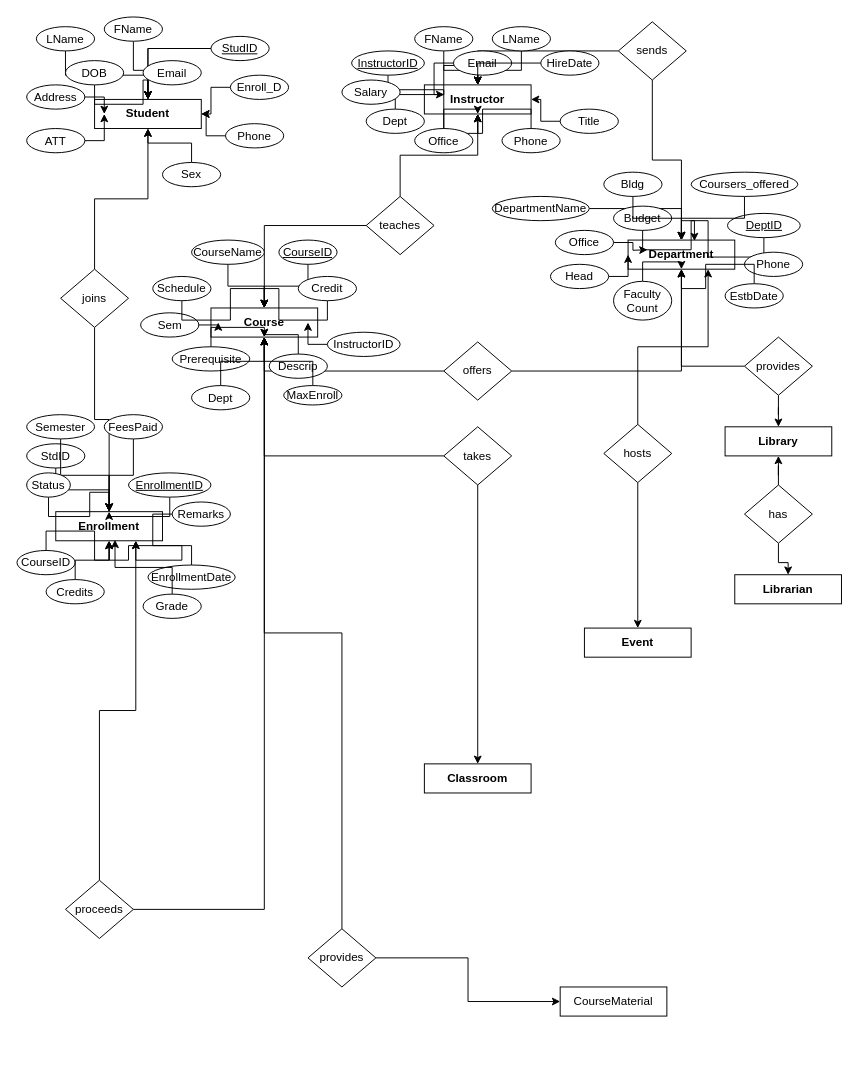
This is Untitled Diagram.drawio from sho6000/testin-CRST, a draw.io file, before an edit. Source tidied: cells renumbered, new cells numbered last; positions are measured from the earlier drawing's top-left corner, leaving out a move shared by most shapes. Both pictures are drawn from the tidied source at 97%, with x=0, y=0 at pixel (16, 16).
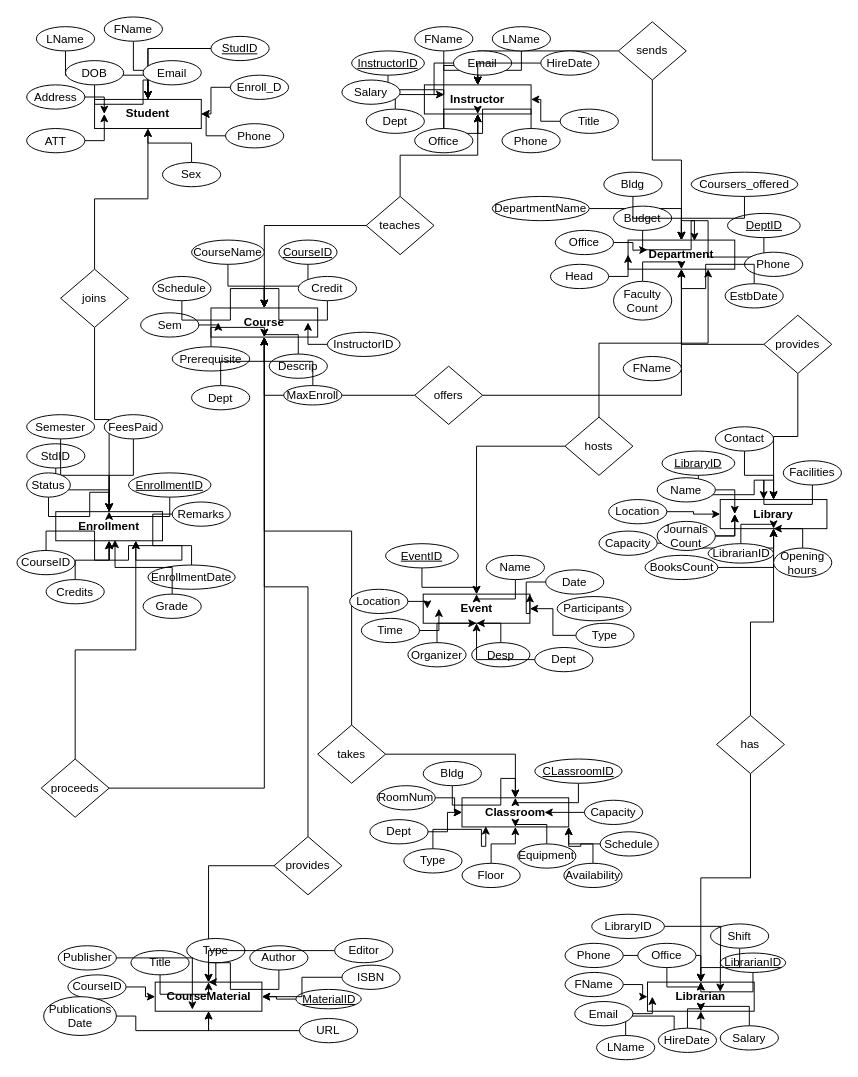
After the change.

Change to the diagram source:
```diff
@@
     <mxCell id="3" value="&lt;b&gt;Event&lt;/b&gt;" style="rounded=0;whiteSpace=wrap;html=1;" parent="1" vertex="1">
-      <mxGeometry x="585" y="630" width="110" height="30" as="geometry" />
+      <mxGeometry x="418.8" y="595" width="110" height="30" as="geometry" />
     </mxCell>
-    <mxCell id="4" value="CourseMaterial" style="rounded=0;whiteSpace=wrap;html=1;" parent="1" vertex="1">
-      <mxGeometry x="560" y="1000" width="110" height="30" as="geometry" />
+    <mxCell id="4" value="&lt;b&gt;CourseMaterial&lt;/b&gt;" style="rounded=0;whiteSpace=wrap;html=1;" parent="1" vertex="1">
+      <mxGeometry x="142.5" y="995" width="110" height="30" as="geometry" />
     </mxCell>
     <mxCell id="5" value="&lt;b&gt;Librarian&lt;/b&gt;" style="rounded=0;whiteSpace=wrap;html=1;" parent="1" vertex="1">
-      <mxGeometry x="740" y="575" width="110" height="30" as="geometry" />
+      <mxGeometry x="650" y="995" width="110" height="30" as="geometry" />
     </mxCell>
     <mxCell id="6" value="&lt;b&gt;Library&lt;/b&gt;" style="rounded=0;whiteSpace=wrap;html=1;" parent="1" vertex="1">
-      <mxGeometry x="730" y="422.5" width="110" height="30" as="geometry" />
+      <mxGeometry x="725" y="497.5" width="110" height="30" as="geometry" />
     </mxCell>
     <mxCell id="7" value="&lt;b&gt;Classroom&lt;/b&gt;" style="rounded=0;whiteSpace=wrap;html=1;" parent="1" vertex="1">
-      <mxGeometry x="420" y="770" width="110" height="30" as="geometry" />
+      <mxGeometry x="458.8" y="805" width="110" height="30" as="geometry" />
     </mxCell>
@@
     <mxCell id="17" value="proceeds" style="rhombus;whiteSpace=wrap;html=1;" parent="1" vertex="1">
-      <mxGeometry x="50" y="890" width="70" height="60" as="geometry" />
+      <mxGeometry x="25" y="765" width="70" height="60" as="geometry" />
     </mxCell>
@@
     <mxCell id="26" value="offers" style="rhombus;whiteSpace=wrap;html=1;" parent="1" vertex="1">
-      <mxGeometry x="440" y="335" width="70" height="60" as="geometry" />
+      <mxGeometry x="410" y="360" width="70" height="60" as="geometry" />
     </mxCell>
@@
     <mxCell id="29" value="takes" style="rhombus;whiteSpace=wrap;html=1;" parent="1" vertex="1">
-      <mxGeometry x="440" y="422.5" width="70" height="60" as="geometry" />
+      <mxGeometry x="310" y="730" width="70" height="60" as="geometry" />
     </mxCell>
@@
     <mxCell id="32" value="hosts" style="rhombus;whiteSpace=wrap;html=1;" parent="1" vertex="1">
-      <mxGeometry x="605" y="420" width="70" height="60" as="geometry" />
+      <mxGeometry x="565" y="412.5" width="70" height="60" as="geometry" />
     </mxCell>
@@
     <mxCell id="35" value="provides" style="rhombus;whiteSpace=wrap;html=1;" parent="1" vertex="1">
-      <mxGeometry x="750" y="330" width="70" height="60" as="geometry" />
+      <mxGeometry x="770" y="307.5" width="70" height="60" as="geometry" />
     </mxCell>
@@
     <mxCell id="38" value="has" style="rhombus;whiteSpace=wrap;html=1;" parent="1" vertex="1">
-      <mxGeometry x="750" y="482.5" width="70" height="60" as="geometry" />
+      <mxGeometry x="721.2" y="720" width="70" height="60" as="geometry" />
     </mxCell>
@@
     <mxCell id="41" value="provides" style="rhombus;whiteSpace=wrap;html=1;" parent="1" vertex="1">
-      <mxGeometry x="300" y="940" width="70" height="60" as="geometry" />
+      <mxGeometry x="265" y="845" width="70" height="60" as="geometry" />
     </mxCell>
@@
+    <mxCell id="140" style="edgeStyle=orthogonalEdgeStyle;rounded=0;jettySize=auto;html=1;" parent="1" edge="1" source="141" target="6">
+      <mxGeometry relative="1" as="geometry" />
+    </mxCell>
+    <mxCell id="141" value="&lt;u&gt;LibraryID&lt;/u&gt;" style="ellipse;whiteSpace=wrap;html=1;" parent="1" vertex="1">
+      <mxGeometry x="665" y="447.5" width="75" height="25" as="geometry" />
+    </mxCell>
+    <mxCell id="142" style="edgeStyle=orthogonalEdgeStyle;rounded=0;jettySize=auto;html=1;" parent="1" edge="1" source="143" target="6">
+      <mxGeometry relative="1" as="geometry" />
+    </mxCell>
+    <mxCell id="143" value="Name" style="ellipse;whiteSpace=wrap;html=1;" parent="1" vertex="1">
+      <mxGeometry x="660" y="475" width="60" height="25" as="geometry" />
+    </mxCell>
+    <mxCell id="144" style="edgeStyle=orthogonalEdgeStyle;rounded=0;jettySize=auto;html=1;" parent="1" edge="1" source="145" target="6">
+      <mxGeometry relative="1" as="geometry" />
+    </mxCell>
+    <mxCell id="145" value="Location" style="ellipse;whiteSpace=wrap;html=1;" parent="1" vertex="1">
+      <mxGeometry x="610" y="497.5" width="60" height="25" as="geometry" />
+    </mxCell>
+    <mxCell id="146" style="edgeStyle=orthogonalEdgeStyle;rounded=0;jettySize=auto;html=1;" parent="1" edge="1" source="147" target="6">
+      <mxGeometry relative="1" as="geometry" />
+    </mxCell>
+    <mxCell id="147" value="Capacity" style="ellipse;whiteSpace=wrap;html=1;" parent="1" vertex="1">
+      <mxGeometry x="600" y="530" width="60" height="25" as="geometry" />
+    </mxCell>
+    <mxCell id="148" style="edgeStyle=orthogonalEdgeStyle;rounded=0;jettySize=auto;html=1;" parent="1" edge="1" source="149" target="6">
+      <mxGeometry relative="1" as="geometry" />
+    </mxCell>
+    <mxCell id="149" value="BooksCount" style="ellipse;whiteSpace=wrap;html=1;" parent="1" vertex="1">
+      <mxGeometry x="647.5" y="555" width="75" height="25" as="geometry" />
+    </mxCell>
+    <mxCell id="150" style="edgeStyle=orthogonalEdgeStyle;rounded=0;jettySize=auto;html=1;" parent="1" edge="1" source="152" target="6">
+      <mxGeometry relative="1" as="geometry" />
+    </mxCell>
+    <mxCell id="151" style="edgeStyle=orthogonalEdgeStyle;rounded=0;jettySize=auto;html=1;" parent="1" edge="1" source="152" target="6">
+      <mxGeometry relative="1" as="geometry" />
+    </mxCell>
+    <mxCell id="152" value="Journals&lt;div&gt;Count&lt;/div&gt;" style="ellipse;whiteSpace=wrap;html=1;" parent="1" vertex="1">
+      <mxGeometry x="660" y="520" width="60" height="30" as="geometry" />
+    </mxCell>
+    <mxCell id="153" style="edgeStyle=orthogonalEdgeStyle;rounded=0;jettySize=auto;html=1;" parent="1" edge="1" source="154" target="6">
+      <mxGeometry relative="1" as="geometry" />
+    </mxCell>
+    <mxCell id="154" value="LibrarianID" style="ellipse;whiteSpace=wrap;html=1;" parent="1" vertex="1">
+      <mxGeometry x="712.5" y="543" width="67.5" height="20" as="geometry" />
+    </mxCell>
+    <mxCell id="155" style="edgeStyle=orthogonalEdgeStyle;rounded=0;jettySize=auto;html=1;" parent="1" edge="1" source="156" target="6">
+      <mxGeometry relative="1" as="geometry" />
+    </mxCell>
+    <mxCell id="156" value="Opening&lt;br&gt;hours" style="ellipse;whiteSpace=wrap;html=1;" parent="1" vertex="1">
+      <mxGeometry x="780" y="547.5" width="60" height="30" as="geometry" />
+    </mxCell>
+    <mxCell id="157" style="edgeStyle=orthogonalEdgeStyle;rounded=0;jettySize=auto;html=1;" parent="1" edge="1" source="158" target="6">
+      <mxGeometry relative="1" as="geometry" />
+    </mxCell>
+    <mxCell id="158" value="Contact" style="ellipse;whiteSpace=wrap;html=1;" parent="1" vertex="1">
+      <mxGeometry x="720" y="422.5" width="60" height="25" as="geometry" />
+    </mxCell>
+    <mxCell id="159" value="Facilities" style="ellipse;whiteSpace=wrap;html=1;" parent="1" vertex="1">
+      <mxGeometry x="790" y="457.5" width="60" height="25" as="geometry" />
+    </mxCell>
+    <mxCell id="160" style="edgeStyle=orthogonalEdgeStyle;rounded=0;jettySize=auto;html=1;entryX=0.406;entryY=-0.006;entryDx=0;entryDy=0;entryPerimeter=0;" parent="1" edge="1" source="159" target="6">
+      <mxGeometry relative="1" as="geometry" />
+    </mxCell>
+    <mxCell id="161" style="edgeStyle=orthogonalEdgeStyle;rounded=0;jettySize=auto;html=1;" parent="1" edge="1" source="162" target="5">
+      <mxGeometry relative="1" as="geometry" />
+    </mxCell>
+    <mxCell id="162" value="&lt;u&gt;LibrarianID&lt;/u&gt;" style="ellipse;whiteSpace=wrap;html=1;" parent="1" vertex="1">
+      <mxGeometry x="725" y="965" width="67.5" height="20" as="geometry" />
+    </mxCell>
+    <mxCell id="163" value="FName" style="ellipse;whiteSpace=wrap;html=1;" parent="1" vertex="1">
+      <mxGeometry x="625" y="350" width="60" height="25" as="geometry" />
+    </mxCell>
+    <mxCell id="164" style="edgeStyle=orthogonalEdgeStyle;rounded=0;jettySize=auto;html=1;" parent="1" edge="1" source="165" target="5">
+      <mxGeometry relative="1" as="geometry" />
+    </mxCell>
+    <mxCell id="165" value="FName" style="ellipse;whiteSpace=wrap;html=1;" parent="1" vertex="1">
+      <mxGeometry x="565" y="985" width="60" height="25" as="geometry" />
+    </mxCell>
+    <mxCell id="166" style="edgeStyle=orthogonalEdgeStyle;rounded=0;jettySize=auto;html=1;" parent="1" edge="1" source="167" target="5">
+      <mxGeometry relative="1" as="geometry" />
+    </mxCell>
+    <mxCell id="167" value="LName" style="ellipse;whiteSpace=wrap;html=1;" parent="1" vertex="1">
+      <mxGeometry x="597.5" y="1050" width="60" height="25" as="geometry" />
+    </mxCell>
+    <mxCell id="168" style="edgeStyle=orthogonalEdgeStyle;rounded=0;jettySize=auto;html=1;" parent="1" edge="1" source="169" target="5">
+      <mxGeometry relative="1" as="geometry" />
+    </mxCell>
+    <mxCell id="169" value="Email" style="ellipse;whiteSpace=wrap;html=1;" parent="1" vertex="1">
+      <mxGeometry x="575" y="1015" width="60" height="25" as="geometry" />
+    </mxCell>
+    <mxCell id="170" style="edgeStyle=orthogonalEdgeStyle;rounded=0;jettySize=auto;html=1;" parent="1" edge="1" source="171" target="5">
+      <mxGeometry relative="1" as="geometry" />
+    </mxCell>
+    <mxCell id="171" value="Phone" style="ellipse;whiteSpace=wrap;html=1;" parent="1" vertex="1">
+      <mxGeometry x="565" y="955" width="60" height="25" as="geometry" />
+    </mxCell>
+    <mxCell id="172" style="edgeStyle=orthogonalEdgeStyle;rounded=0;jettySize=auto;html=1;" parent="1" edge="1" source="173" target="5">
+      <mxGeometry relative="1" as="geometry" />
+    </mxCell>
+    <mxCell id="173" value="Salary" style="ellipse;whiteSpace=wrap;html=1;" parent="1" vertex="1">
+      <mxGeometry x="725" y="1040" width="60" height="25" as="geometry" />
+    </mxCell>
+    <mxCell id="174" style="edgeStyle=orthogonalEdgeStyle;rounded=0;jettySize=auto;html=1;" parent="1" edge="1" source="175" target="5">
+      <mxGeometry relative="1" as="geometry" />
+    </mxCell>
+    <mxCell id="175" value="HireDate" style="ellipse;whiteSpace=wrap;html=1;" parent="1" vertex="1">
+      <mxGeometry x="661.2" y="1042.5" width="60" height="25" as="geometry" />
+    </mxCell>
+    <mxCell id="176" style="edgeStyle=orthogonalEdgeStyle;rounded=0;jettySize=auto;html=1;" parent="1" edge="1" source="177" target="5">
+      <mxGeometry relative="1" as="geometry" />
+    </mxCell>
+    <mxCell id="177" value="Shift" style="ellipse;whiteSpace=wrap;html=1;" parent="1" vertex="1">
+      <mxGeometry x="715" y="935" width="60" height="25" as="geometry" />
+    </mxCell>
+    <mxCell id="178" style="edgeStyle=orthogonalEdgeStyle;rounded=0;jettySize=auto;html=1;" parent="1" edge="1" source="179">
+      <mxGeometry relative="1" as="geometry">
+        <mxPoint x="725" y="1005" as="targetPoint" />
+      </mxGeometry>
+    </mxCell>
+    <mxCell id="179" value="LibraryID" style="ellipse;whiteSpace=wrap;html=1;" parent="1" vertex="1">
+      <mxGeometry x="592.5" y="925" width="75" height="25" as="geometry" />
+    </mxCell>
+    <mxCell id="180" style="edgeStyle=orthogonalEdgeStyle;rounded=0;jettySize=auto;html=1;" parent="1" edge="1" source="181" target="5">
+      <mxGeometry relative="1" as="geometry" />
+    </mxCell>
+    <mxCell id="181" value="Office" style="ellipse;whiteSpace=wrap;html=1;" parent="1" vertex="1">
+      <mxGeometry x="640" y="955" width="60" height="25" as="geometry" />
+    </mxCell>
+    <mxCell id="182" style="edgeStyle=orthogonalEdgeStyle;rounded=0;jettySize=auto;html=1;" parent="1" edge="1" source="183" target="4">
+      <mxGeometry relative="1" as="geometry" />
+    </mxCell>
+    <mxCell id="183" value="&lt;u&gt;MaterialID&lt;/u&gt;" style="ellipse;whiteSpace=wrap;html=1;" parent="1" vertex="1">
+      <mxGeometry x="287.5" y="1002.5" width="67.5" height="20" as="geometry" />
+    </mxCell>
+    <mxCell id="184" style="edgeStyle=orthogonalEdgeStyle;rounded=0;jettySize=auto;html=1;" parent="1" edge="1" source="185" target="4">
+      <mxGeometry relative="1" as="geometry" />
+    </mxCell>
+    <mxCell id="185" value="CourseID" style="ellipse;whiteSpace=wrap;html=1;" parent="1" vertex="1">
+      <mxGeometry x="52.5" y="987.5" width="60" height="25" as="geometry" />
+    </mxCell>
+    <mxCell id="186" style="edgeStyle=orthogonalEdgeStyle;rounded=0;jettySize=auto;html=1;" parent="1" edge="1" source="187" target="4">
+      <mxGeometry relative="1" as="geometry" />
+    </mxCell>
+    <mxCell id="187" value="Title" style="ellipse;whiteSpace=wrap;html=1;" parent="1" vertex="1">
+      <mxGeometry x="117.5" y="962.5" width="60" height="25" as="geometry" />
+    </mxCell>
+    <mxCell id="188" style="edgeStyle=orthogonalEdgeStyle;rounded=0;jettySize=auto;html=1;" parent="1" edge="1" source="189" target="4">
+      <mxGeometry relative="1" as="geometry" />
+    </mxCell>
+    <mxCell id="189" value="Type" style="ellipse;whiteSpace=wrap;html=1;" parent="1" vertex="1">
+      <mxGeometry x="175" y="950" width="60" height="25" as="geometry" />
+    </mxCell>
+    <mxCell id="190" style="edgeStyle=orthogonalEdgeStyle;rounded=0;jettySize=auto;html=1;" parent="1" edge="1" source="191" target="4">
+      <mxGeometry relative="1" as="geometry" />
+    </mxCell>
+    <mxCell id="191" value="Author" style="ellipse;whiteSpace=wrap;html=1;" parent="1" vertex="1">
+      <mxGeometry x="240" y="957.5" width="60" height="25" as="geometry" />
+    </mxCell>
+    <mxCell id="192" style="edgeStyle=orthogonalEdgeStyle;rounded=0;jettySize=auto;html=1;entryX=0.5;entryY=1;entryDx=0;entryDy=0;" parent="1" edge="1" source="193" target="4">
+      <mxGeometry relative="1" as="geometry" />
+    </mxCell>
+    <mxCell id="193" value="Publications&lt;div&gt;Date&lt;/div&gt;" style="ellipse;whiteSpace=wrap;html=1;" parent="1" vertex="1">
+      <mxGeometry x="27.5" y="1010" width="75" height="40" as="geometry" />
+    </mxCell>
+    <mxCell id="194" value="Publisher" style="ellipse;whiteSpace=wrap;html=1;" parent="1" vertex="1">
+      <mxGeometry x="42.5" y="957.5" width="60" height="25" as="geometry" />
+    </mxCell>
+    <mxCell id="195" style="edgeStyle=orthogonalEdgeStyle;rounded=0;jettySize=auto;html=1;" parent="1" edge="1" source="196" target="4">
+      <mxGeometry relative="1" as="geometry" />
+    </mxCell>
+    <mxCell id="196" value="ISBN" style="ellipse;whiteSpace=wrap;html=1;" parent="1" vertex="1">
+      <mxGeometry x="335" y="977.5" width="60" height="25" as="geometry" />
+    </mxCell>
+    <mxCell id="197" style="edgeStyle=orthogonalEdgeStyle;rounded=0;jettySize=auto;html=1;" parent="1" edge="1" source="198" target="4">
+      <mxGeometry relative="1" as="geometry" />
+    </mxCell>
+    <mxCell id="198" value="Editor" style="ellipse;whiteSpace=wrap;html=1;" parent="1" vertex="1">
+      <mxGeometry x="327.5" y="950" width="60" height="25" as="geometry" />
+    </mxCell>
+    <mxCell id="199" style="edgeStyle=orthogonalEdgeStyle;rounded=0;jettySize=auto;html=1;" parent="1" edge="1" source="200" target="4">
+      <mxGeometry relative="1" as="geometry" />
+    </mxCell>
+    <mxCell id="200" value="URL" style="ellipse;whiteSpace=wrap;html=1;" parent="1" vertex="1">
+      <mxGeometry x="291.2" y="1032.5" width="60" height="25" as="geometry" />
+    </mxCell>
+    <mxCell id="201" style="edgeStyle=orthogonalEdgeStyle;rounded=0;jettySize=auto;html=1;entryX=0.348;entryY=0.945;entryDx=0;entryDy=0;entryPerimeter=0;" parent="1" edge="1" source="194" target="4">
+      <mxGeometry relative="1" as="geometry" />
+    </mxCell>
+    <mxCell id="202" style="edgeStyle=orthogonalEdgeStyle;rounded=0;jettySize=auto;html=1;" parent="1" edge="1" source="203" target="7">
+      <mxGeometry relative="1" as="geometry" />
+    </mxCell>
+    <mxCell id="203" value="&lt;u&gt;CLassroomID&lt;/u&gt;" style="ellipse;whiteSpace=wrap;html=1;" parent="1" vertex="1">
+      <mxGeometry x="533.8" y="765" width="90" height="25" as="geometry" />
+    </mxCell>
+    <mxCell id="204" style="edgeStyle=orthogonalEdgeStyle;rounded=0;jettySize=auto;html=1;" parent="1" edge="1" source="205" target="7">
+      <mxGeometry relative="1" as="geometry" />
+    </mxCell>
+    <mxCell id="205" value="Bldg" style="ellipse;whiteSpace=wrap;html=1;" parent="1" vertex="1">
+      <mxGeometry x="418.8" y="767.5" width="60" height="25" as="geometry" />
+    </mxCell>
+    <mxCell id="206" style="edgeStyle=orthogonalEdgeStyle;rounded=0;jettySize=auto;html=1;" parent="1" edge="1" source="207" target="7">
+      <mxGeometry relative="1" as="geometry" />
+    </mxCell>
+    <mxCell id="207" value="RoomNum" style="ellipse;whiteSpace=wrap;html=1;" parent="1" vertex="1">
+      <mxGeometry x="371.2" y="792.5" width="60" height="25" as="geometry" />
+    </mxCell>
+    <mxCell id="208" style="edgeStyle=orthogonalEdgeStyle;rounded=0;jettySize=auto;html=1;" parent="1" edge="1" source="209">
+      <mxGeometry relative="1" as="geometry">
+        <mxPoint x="543.8" y="820" as="targetPoint" />
+      </mxGeometry>
+    </mxCell>
+    <mxCell id="209" value="Capacity" style="ellipse;whiteSpace=wrap;html=1;" parent="1" vertex="1">
+      <mxGeometry x="585" y="807.5" width="60" height="25" as="geometry" />
+    </mxCell>
+    <mxCell id="210" style="edgeStyle=orthogonalEdgeStyle;rounded=0;jettySize=auto;html=1;" parent="1" edge="1" source="211" target="7">
+      <mxGeometry relative="1" as="geometry" />
+    </mxCell>
+    <mxCell id="211" value="Equipment" style="ellipse;whiteSpace=wrap;html=1;" parent="1" vertex="1">
+      <mxGeometry x="516.2" y="852.5" width="60" height="25" as="geometry" />
+    </mxCell>
+    <mxCell id="212" value="Type" style="ellipse;whiteSpace=wrap;html=1;" parent="1" vertex="1">
+      <mxGeometry x="398.8" y="857.5" width="60" height="25" as="geometry" />
+    </mxCell>
+    <mxCell id="213" style="edgeStyle=orthogonalEdgeStyle;rounded=0;jettySize=auto;html=1;entryX=1;entryY=1;entryDx=0;entryDy=0;" parent="1" edge="1" source="214" target="7">
+      <mxGeometry relative="1" as="geometry" />
+    </mxCell>
+    <mxCell id="214" value="Schedule" style="ellipse;whiteSpace=wrap;html=1;" parent="1" vertex="1">
+      <mxGeometry x="601.2" y="840" width="60" height="25" as="geometry" />
+    </mxCell>
+    <mxCell id="215" style="edgeStyle=orthogonalEdgeStyle;rounded=0;jettySize=auto;html=1;" parent="1" edge="1" source="216" target="7">
+      <mxGeometry relative="1" as="geometry" />
+    </mxCell>
+    <mxCell id="216" value="Dept" style="ellipse;whiteSpace=wrap;html=1;" parent="1" vertex="1">
+      <mxGeometry x="363.8" y="827.5" width="60" height="25" as="geometry" />
+    </mxCell>
+    <mxCell id="217" style="edgeStyle=orthogonalEdgeStyle;rounded=0;jettySize=auto;html=1;entryX=1;entryY=1;entryDx=0;entryDy=0;" parent="1" edge="1" source="218" target="7">
+      <mxGeometry relative="1" as="geometry" />
+    </mxCell>
+    <mxCell id="218" value="Availability" style="ellipse;whiteSpace=wrap;html=1;" parent="1" vertex="1">
+      <mxGeometry x="563.8" y="872.5" width="60" height="25" as="geometry" />
+    </mxCell>
+    <mxCell id="219" style="edgeStyle=orthogonalEdgeStyle;rounded=0;jettySize=auto;html=1;" parent="1" edge="1" source="220" target="7">
+      <mxGeometry relative="1" as="geometry" />
+    </mxCell>
+    <mxCell id="220" value="Floor" style="ellipse;whiteSpace=wrap;html=1;" parent="1" vertex="1">
+      <mxGeometry x="458.8" y="872.5" width="60" height="25" as="geometry" />
+    </mxCell>
+    <mxCell id="221" style="edgeStyle=orthogonalEdgeStyle;rounded=0;jettySize=auto;html=1;entryX=0.223;entryY=0.978;entryDx=0;entryDy=0;entryPerimeter=0;" parent="1" edge="1" source="212" target="7">
+      <mxGeometry relative="1" as="geometry" />
+    </mxCell>
+    <mxCell id="222" style="edgeStyle=orthogonalEdgeStyle;rounded=0;jettySize=auto;html=1;" parent="1" edge="1" source="223" target="3">
+      <mxGeometry relative="1" as="geometry" />
+    </mxCell>
+    <mxCell id="223" value="&lt;u&gt;EventID&lt;/u&gt;" style="ellipse;whiteSpace=wrap;html=1;" parent="1" vertex="1">
+      <mxGeometry x="380" y="543" width="75" height="25" as="geometry" />
+    </mxCell>
+    <mxCell id="224" style="edgeStyle=orthogonalEdgeStyle;rounded=0;jettySize=auto;html=1;" parent="1" edge="1" source="225" target="3">
+      <mxGeometry relative="1" as="geometry" />
+    </mxCell>
+    <mxCell id="225" value="Name" style="ellipse;whiteSpace=wrap;html=1;" parent="1" vertex="1">
+      <mxGeometry x="483.8" y="555" width="60" height="25" as="geometry" />
+    </mxCell>
+    <mxCell id="226" style="edgeStyle=orthogonalEdgeStyle;rounded=0;jettySize=auto;html=1;entryX=1;entryY=0;entryDx=0;entryDy=0;" parent="1" edge="1" source="227" target="3">
+      <mxGeometry relative="1" as="geometry" />
+    </mxCell>
+    <mxCell id="227" value="Date" style="ellipse;whiteSpace=wrap;html=1;" parent="1" vertex="1">
+      <mxGeometry x="545" y="570" width="60" height="25" as="geometry" />
+    </mxCell>
+    <mxCell id="228" style="edgeStyle=orthogonalEdgeStyle;rounded=0;jettySize=auto;html=1;" parent="1" edge="1" source="229" target="3">
+      <mxGeometry relative="1" as="geometry" />
+    </mxCell>
+    <mxCell id="229" value="Time" style="ellipse;whiteSpace=wrap;html=1;" parent="1" vertex="1">
+      <mxGeometry x="355" y="620" width="60" height="25" as="geometry" />
+    </mxCell>
+    <mxCell id="230" style="edgeStyle=orthogonalEdgeStyle;rounded=0;jettySize=auto;html=1;" parent="1" edge="1" source="231" target="3">
+      <mxGeometry relative="1" as="geometry" />
+    </mxCell>
+    <mxCell id="231" value="Location" style="ellipse;whiteSpace=wrap;html=1;" parent="1" vertex="1">
+      <mxGeometry x="343" y="590" width="60" height="25" as="geometry" />
+    </mxCell>
+    <mxCell id="232" style="edgeStyle=orthogonalEdgeStyle;rounded=0;jettySize=auto;html=1;" parent="1" edge="1" source="233" target="3">
+      <mxGeometry relative="1" as="geometry" />
+    </mxCell>
+    <mxCell id="233" value="Organizer" style="ellipse;whiteSpace=wrap;html=1;" parent="1" vertex="1">
+      <mxGeometry x="403" y="645" width="60" height="25" as="geometry" />
+    </mxCell>
+    <mxCell id="234" style="edgeStyle=orthogonalEdgeStyle;rounded=0;jettySize=auto;html=1;" parent="1" edge="1" source="235" target="3">
+      <mxGeometry relative="1" as="geometry" />
+    </mxCell>
+    <mxCell id="235" value="Desp" style="ellipse;whiteSpace=wrap;html=1;" parent="1" vertex="1">
+      <mxGeometry x="468.8" y="645" width="60" height="25" as="geometry" />
+    </mxCell>
+    <mxCell id="236" value="Participants" style="ellipse;whiteSpace=wrap;html=1;" parent="1" vertex="1">
+      <mxGeometry x="556.9" y="597.5" width="76.2" height="25" as="geometry" />
+    </mxCell>
+    <mxCell id="237" style="edgeStyle=orthogonalEdgeStyle;rounded=0;jettySize=auto;html=1;" parent="1" edge="1" source="238" target="3">
+      <mxGeometry relative="1" as="geometry" />
+    </mxCell>
+    <mxCell id="238" value="Type" style="ellipse;whiteSpace=wrap;html=1;" parent="1" vertex="1">
+      <mxGeometry x="576.2" y="625" width="60" height="25" as="geometry" />
+    </mxCell>
+    <mxCell id="239" style="edgeStyle=orthogonalEdgeStyle;rounded=0;jettySize=auto;html=1;" parent="1" edge="1" source="240" target="3">
+      <mxGeometry relative="1" as="geometry" />
+    </mxCell>
+    <mxCell id="240" value="Dept" style="ellipse;whiteSpace=wrap;html=1;" parent="1" vertex="1">
+      <mxGeometry x="533.8" y="650" width="60" height="25" as="geometry" />
+    </mxCell>
```
